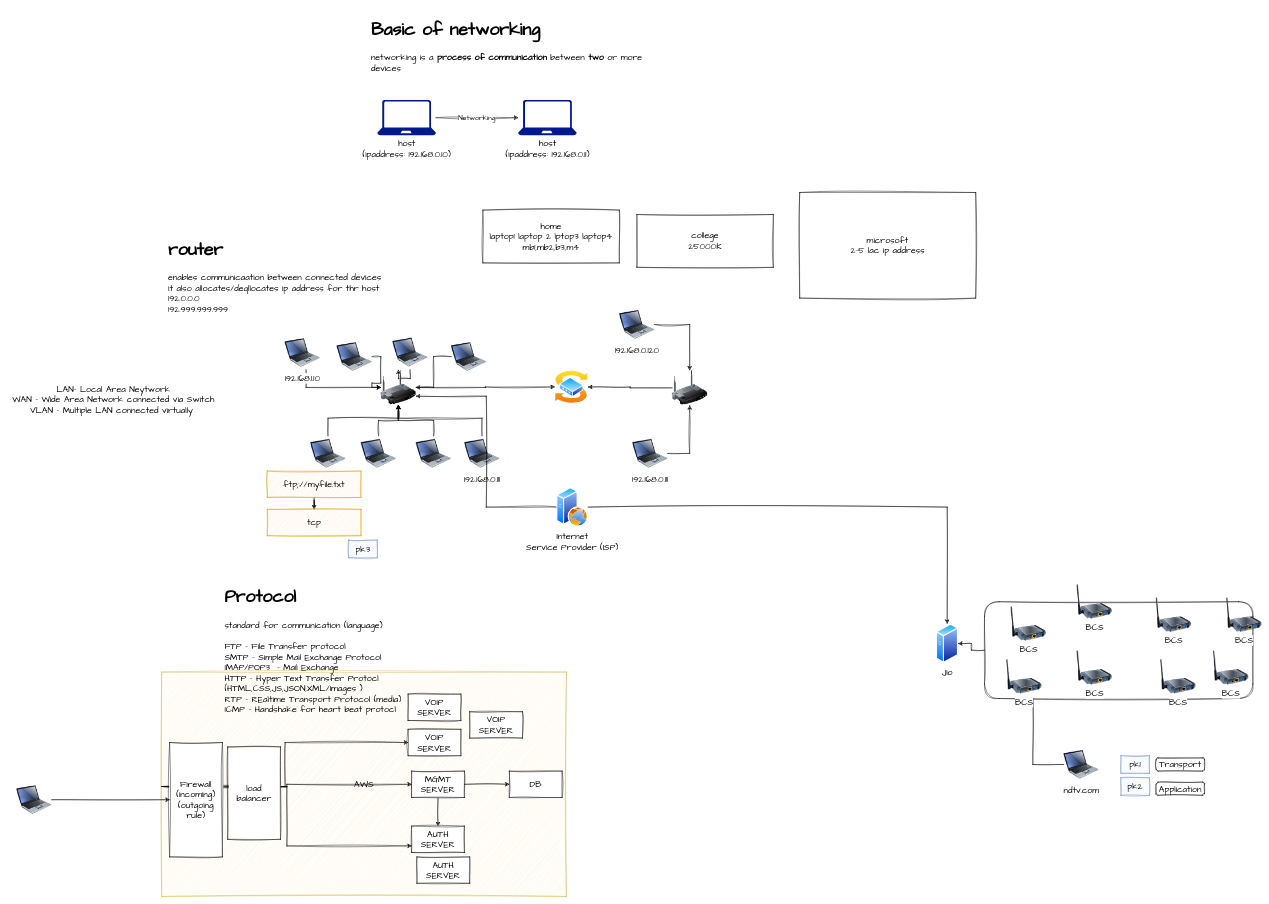
Before: page "networking-basic" (7 of 8) of Untitled Diagram.drawio in chandansutradhar2/unacademy-app, a draw.io diagram. Source tidied: cells renumbered, new cells numbered last; positions are measured from the earlier drawing's top-left corner, leaving out a move shared by most shapes. Both pictures are drawn from the tidied source at 44%, with x=0, y=0 at pixel (7, 12).
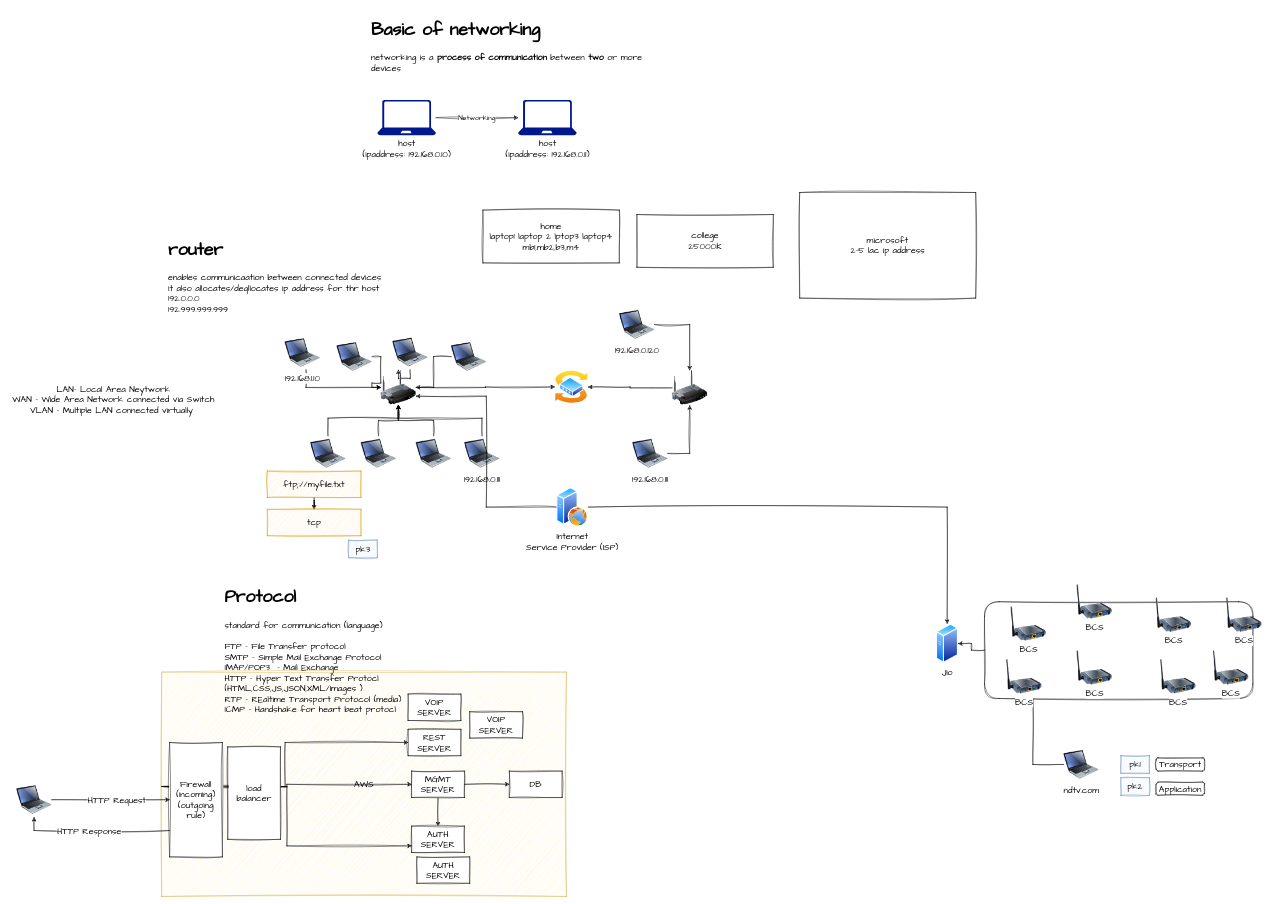
The same diagram, later.

The change refers to these unchanged cells:
```xml
<mxCell id="72" value="Firewall&lt;br&gt;(incoming)&lt;br&gt;(outgoing rule)" style="rounded=0;whiteSpace=wrap;html=1;sketch=1;hachureGap=4;jiggle=2;curveFitting=1;fontFamily=Architects Daughter;fontSize=20;" parent="1" vertex="1">
  <mxGeometry x="368" y="1660" width="120" height="260" as="geometry" />
</mxCell>
<mxCell id="76" style="edgeStyle=orthogonalEdgeStyle;rounded=0;sketch=1;hachureGap=4;jiggle=2;curveFitting=1;jettySize=auto;html=1;fontFamily=Architects Daughter;fontSize=16;" parent="1" edge="1" source="77" target="72">
  <mxGeometry relative="1" as="geometry" />
</mxCell>
<mxCell id="77" style="image;html=1;image=img/lib/clip_art/computers/Laptop_128x128.png;sketch=1;hachureGap=4;jiggle=2;curveFitting=1;fontFamily=Architects Daughter;fontSize=20;" parent="1" vertex="1">
  <mxGeometry x="20" y="1750" width="80" height="80" as="geometry" />
</mxCell>
```

What changed in the source:
```diff
@@
-    <mxCell id="67" value="VOIP SERVER" style="rounded=0;whiteSpace=wrap;html=1;sketch=1;hachureGap=4;jiggle=2;curveFitting=1;fontFamily=Architects Daughter;fontSize=20;" parent="1" vertex="1">
+    <mxCell id="67" value="REST SERVER" style="rounded=0;whiteSpace=wrap;html=1;sketch=1;hachureGap=4;jiggle=2;curveFitting=1;fontFamily=Architects Daughter;fontSize=20;" parent="1" vertex="1">
       <mxGeometry x="910" y="1630" width="120" height="60" as="geometry" />
     </mxCell>
@@
+    <mxCell id="78" style="edgeStyle=orthogonalEdgeStyle;rounded=0;sketch=1;hachureGap=4;jiggle=2;curveFitting=1;jettySize=auto;html=1;fontFamily=Architects Daughter;fontSize=16;" parent="1" edge="1" source="72" target="77">
+      <mxGeometry relative="1" as="geometry">
+        <Array as="points">
+          <mxPoint x="60" y="1860" />
+        </Array>
+      </mxGeometry>
+    </mxCell>
+    <mxCell id="79" value="HTTP Response" style="edgeLabel;html=1;align=center;verticalAlign=middle;fontSize=20;fontFamily=Architects Daughter;" parent="78" vertex="1">
+      <mxGeometry x="0.09" y="1" relative="1" as="geometry" />
+    </mxCell>
@@
+    <mxCell id="80" value="HTTP Request" style="edgeLabel;html=1;align=center;verticalAlign=middle;fontSize=20;fontFamily=Architects Daughter;" parent="76" vertex="1">
+      <mxGeometry x="0.1" y="1" relative="1" as="geometry" />
+    </mxCell>
```
